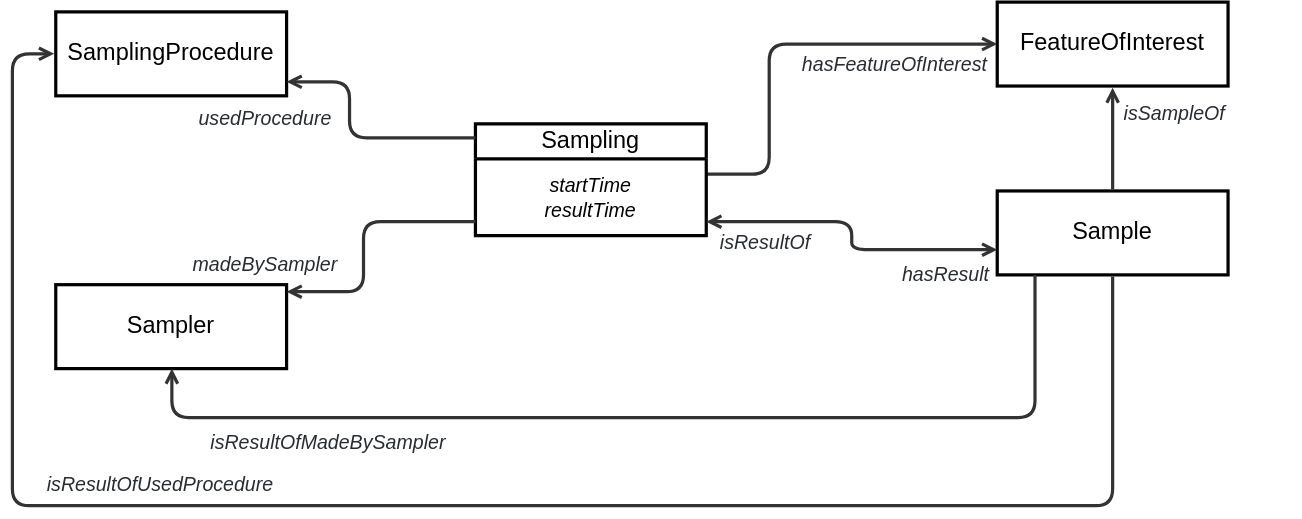
Before: ssn/images/Sampling-overview.svg, a diagram exported from draw.io (afeliachi/sdw-sosa-ssn). Source tidied: cells renumbered, new cells last; positions are measured from the earlier drawing's top-left corner, leaving out a move shared by most shapes.
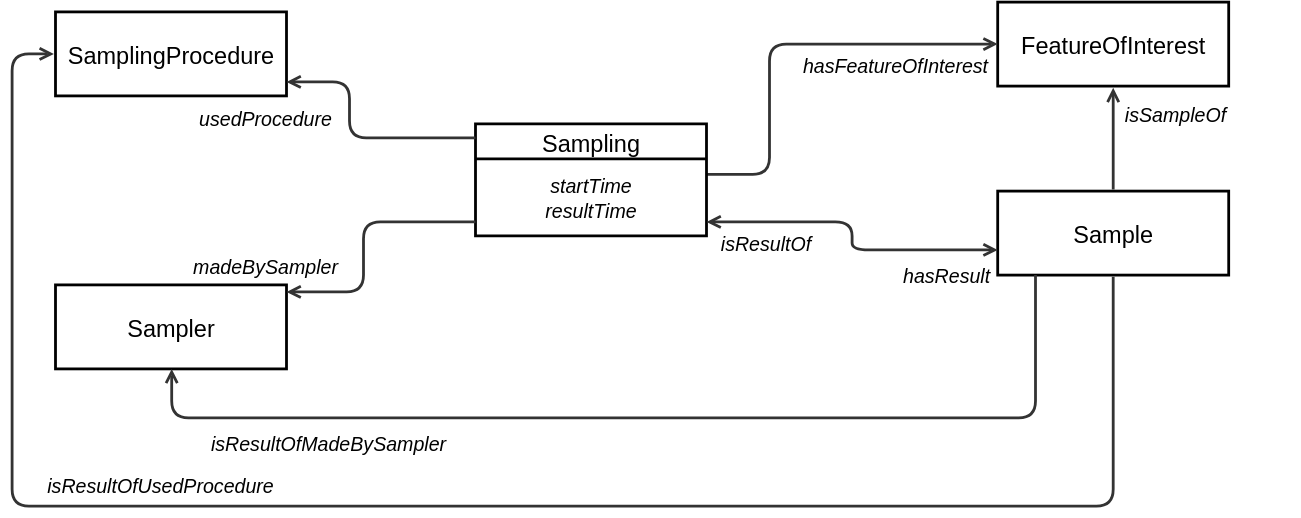
The same diagram one commit later.

Diff of the diagram source:
```diff
@@ -2,13 +2,13 @@
   <root>
     <mxCell id="0" />
     <mxCell id="1" parent="0" />
-    <mxCell id="2" value="FeatureOfInterest" style="html=1;overflow=block;blockSpacing=1;whiteSpace=wrap;fontSize=16.8;align=center;spacing=0;strokeOpacity=100;fillColor=none;strokeWidth=2.3;" parent="1" vertex="1">
+    <mxCell id="2" value="FeatureOfInterest" style="html=1;overflow=block;blockSpacing=1;whiteSpace=wrap;fontSize=16.8;align=center;spacing=0;strokeOpacity=100;fillColor=none;strokeWidth=2;fontColor=default;convertToSvg=1;" parent="1" vertex="1">
       <mxGeometry x="704" width="165" height="60" as="geometry" />
     </mxCell>
-    <mxCell id="3" value="SamplingProcedure" style="html=1;overflow=block;blockSpacing=1;whiteSpace=wrap;fontSize=16.8;align=center;spacing=0;strokeOpacity=100;fillColor=none;strokeWidth=2.3;" parent="1" vertex="1">
+    <mxCell id="3" value="SamplingProcedure" style="html=1;overflow=block;blockSpacing=1;whiteSpace=wrap;fontSize=16.8;align=center;spacing=0;strokeOpacity=100;fillColor=none;strokeWidth=2;fontColor=default;convertToSvg=1;" parent="1" vertex="1">
       <mxGeometry x="31" y="7" width="165" height="60" as="geometry" />
     </mxCell>
-    <mxCell id="4" style="html=1;jettySize=18;whiteSpace=wrap;fontSize=13;strokeColor=#333333;strokeOpacity=100;strokeWidth=2.3;rounded=1;arcSize=24;edgeStyle=orthogonalEdgeStyle;startArrow=none;endArrow=open;lucidId=~07gIvk_i6wY;" parent="1" edge="1" source="6" target="2">
+    <mxCell id="4" style="html=1;jettySize=18;whiteSpace=wrap;fontSize=13;strokeColor=#333333;strokeOpacity=100;strokeWidth=2;rounded=1;arcSize=24;edgeStyle=orthogonalEdgeStyle;startArrow=none;endArrow=open;lucidId=~07gIvk_i6wY;fontColor=default;convertToSvg=1;" parent="1" edge="1" source="6" target="2">
       <mxGeometry relative="1" as="geometry">
         <Array as="points">
           <mxPoint x="541" y="123" />
@@ -16,19 +16,19 @@
         </Array>
       </mxGeometry>
     </mxCell>
-    <mxCell id="5" value="hasFeatureOfInterest" style="html=1;overflow=block;blockSpacing=1;whiteSpace=wrap;fontSize=14;fontColor=#282c33;fontStyle=2;align=center;spacing=0;strokeColor=none;strokeOpacity=100;fillOpacity=100;fillColor=none;strokeWidth=2.3;lucidId=o17gQQJ62XIS;" parent="1" vertex="1">
+    <mxCell id="5" value="hasFeatureOfInterest" style="html=1;overflow=block;blockSpacing=1;whiteSpace=wrap;fontSize=14;fontColor=default;fontStyle=2;align=center;spacing=0;strokeColor=none;strokeOpacity=100;fillOpacity=100;fillColor=none;strokeWidth=2;lucidId=o17gQQJ62XIS;convertToSvg=1;" parent="1" vertex="1">
       <mxGeometry x="541" y="22" width="180" height="45" as="geometry" />
     </mxCell>
-    <mxCell id="6" value="Sampling" style="html=1;overflow=block;blockSpacing=1;swimlane;horizontal=1;fontStyle=0;swimlaneFillColor=none;startSize=25;whiteSpace=wrap;fontSize=16.8;align=center;spacing=0;strokeOpacity=100;fillColor=none;strokeWidth=2.3;" parent="1" vertex="1">
+    <mxCell id="6" value="Sampling" style="html=1;overflow=block;blockSpacing=1;swimlane;horizontal=1;fontStyle=0;swimlaneFillColor=none;startSize=25;whiteSpace=wrap;fontSize=16.8;align=center;spacing=0;strokeOpacity=100;fillColor=none;strokeWidth=2;fontColor=default;convertToSvg=1;" parent="1" vertex="1">
       <mxGeometry x="331" y="87" width="165" height="80" as="geometry" />
     </mxCell>
-    <mxCell id="7" value="&lt;div style=&quot;display: flex; justify-content: center; text-align: center; align-items: baseline; line-height: 1.25; margin-top: -2px;&quot;&gt;&lt;span style=&quot;font-style: italic;&quot;&gt;&lt;font style=&quot;font-size: 14px;&quot;&gt;startTime&lt;br&gt;&lt;/font&gt;&lt;/span&gt;&lt;/div&gt;&lt;div style=&quot;display: flex; justify-content: center; text-align: center; align-items: baseline; line-height: 1.25; margin-top: -2px;&quot;&gt;&lt;span style=&quot;font-style: italic;&quot;&gt;&lt;font style=&quot;font-size: 14px;&quot;&gt;resultTime&lt;/font&gt;&lt;/span&gt;&lt;/div&gt;" style="html=1;strokeColor=none;fillColor=none;verticalAlign=middle;spacingLeft=4;spacingRight=4;overflow=hidden;points=[[0,0.5],[1,0.5]];portConstraint=eastwest;swimlaneFillColor=#unset;strokeOpacity=100;whiteSpace=wrap;fontSize=15.2;fontStyle=2;align=center;" parent="6" vertex="1">
+    <mxCell id="7" value="&lt;div style=&quot;display: flex; justify-content: center; text-align: center; align-items: baseline; line-height: 1.25; margin-top: -2px;&quot;&gt;&lt;span style=&quot;font-style: italic;&quot;&gt;&lt;font style=&quot;font-size: 14px;&quot;&gt;startTime&lt;br&gt;&lt;/font&gt;&lt;/span&gt;&lt;/div&gt;&lt;div style=&quot;display: flex; justify-content: center; text-align: center; align-items: baseline; line-height: 1.25; margin-top: -2px;&quot;&gt;&lt;span style=&quot;font-style: italic;&quot;&gt;&lt;font style=&quot;font-size: 14px;&quot;&gt;resultTime&lt;/font&gt;&lt;/span&gt;&lt;/div&gt;" style="html=1;strokeColor=none;fillColor=none;verticalAlign=middle;spacingLeft=4;spacingRight=4;overflow=hidden;points=[[0,0.5],[1,0.5]];portConstraint=eastwest;swimlaneFillColor=#unset;strokeOpacity=100;whiteSpace=wrap;fontSize=15.2;fontStyle=2;align=center;strokeWidth=2;fontColor=default;convertToSvg=1;" parent="6" vertex="1">
       <mxGeometry y="25" width="165" height="55" as="geometry" />
     </mxCell>
-    <mxCell id="8" value="Sampler" style="html=1;overflow=block;blockSpacing=1;whiteSpace=wrap;fontSize=16.8;align=center;spacing=0;strokeOpacity=100;fillColor=none;strokeWidth=2.3;" parent="1" vertex="1">
+    <mxCell id="8" value="Sampler" style="html=1;overflow=block;blockSpacing=1;whiteSpace=wrap;fontSize=16.8;align=center;spacing=0;strokeOpacity=100;fillColor=none;strokeWidth=2;fontColor=default;convertToSvg=1;" parent="1" vertex="1">
       <mxGeometry x="31" y="202" width="165" height="60" as="geometry" />
     </mxCell>
-    <mxCell id="9" style="html=1;jettySize=18;whiteSpace=wrap;fontSize=13;strokeColor=#333333;strokeOpacity=100;strokeWidth=2.3;rounded=1;arcSize=24;edgeStyle=orthogonalEdgeStyle;startArrow=none;endArrow=open;lucidId=pEnhoM4dJrAu;" parent="1" edge="1" source="6" target="8">
+    <mxCell id="9" style="html=1;jettySize=18;whiteSpace=wrap;fontSize=13;strokeColor=#333333;strokeOpacity=100;strokeWidth=2;rounded=1;arcSize=24;edgeStyle=orthogonalEdgeStyle;startArrow=none;endArrow=open;lucidId=pEnhoM4dJrAu;fontColor=default;convertToSvg=1;" parent="1" edge="1" source="6" target="8">
       <mxGeometry relative="1" as="geometry">
         <Array as="points">
           <mxPoint x="251" y="157" />
@@ -36,10 +36,10 @@
         </Array>
       </mxGeometry>
     </mxCell>
-    <mxCell id="10" value="madeBySampler" style="html=1;overflow=block;blockSpacing=1;whiteSpace=wrap;fontSize=14;fontColor=#282c33;fontStyle=2;align=center;spacing=0;strokeColor=none;strokeOpacity=100;fillOpacity=100;fillColor=none;strokeWidth=2.3;lucidId=REnh4P5LXUKC;" parent="1" vertex="1">
+    <mxCell id="10" value="madeBySampler" style="html=1;overflow=block;blockSpacing=1;whiteSpace=wrap;fontSize=14;fontColor=default;fontStyle=2;align=center;spacing=0;strokeColor=none;strokeOpacity=100;fillOpacity=100;fillColor=none;strokeWidth=2;lucidId=REnh4P5LXUKC;convertToSvg=1;" parent="1" vertex="1">
       <mxGeometry x="91" y="165.5" width="180" height="45" as="geometry" />
     </mxCell>
-    <mxCell id="11" style="html=1;jettySize=18;whiteSpace=wrap;fontSize=13;strokeColor=#333333;strokeOpacity=100;strokeWidth=2.3;rounded=1;arcSize=24;edgeStyle=orthogonalEdgeStyle;startArrow=none;endArrow=open;lucidId=_EnhHLSaz8x5;" parent="1" edge="1" source="6" target="3">
+    <mxCell id="11" style="html=1;jettySize=18;whiteSpace=wrap;fontSize=13;strokeColor=#333333;strokeOpacity=100;strokeWidth=2;rounded=1;arcSize=24;edgeStyle=orthogonalEdgeStyle;startArrow=none;endArrow=open;lucidId=_EnhHLSaz8x5;fontColor=default;convertToSvg=1;" parent="1" edge="1" source="6" target="3">
       <mxGeometry relative="1" as="geometry">
         <Array as="points">
           <mxPoint x="241" y="97" />
@@ -47,13 +47,13 @@
         </Array>
       </mxGeometry>
     </mxCell>
-    <mxCell id="12" value="usedProcedure" style="html=1;overflow=block;blockSpacing=1;whiteSpace=wrap;fontSize=14;fontColor=#282c33;fontStyle=2;align=center;spacing=0;strokeColor=none;strokeOpacity=100;fillOpacity=100;fillColor=none;strokeWidth=2.3;lucidId=pFnhXCzcV6r5;" parent="1" vertex="1">
+    <mxCell id="12" value="usedProcedure" style="html=1;overflow=block;blockSpacing=1;whiteSpace=wrap;fontSize=14;fontColor=default;fontStyle=2;align=center;spacing=0;strokeColor=none;strokeOpacity=100;fillOpacity=100;fillColor=none;strokeWidth=2;lucidId=pFnhXCzcV6r5;convertToSvg=1;" parent="1" vertex="1">
       <mxGeometry x="91" y="60" width="180" height="45" as="geometry" />
     </mxCell>
-    <mxCell id="13" value="Sample" style="html=1;overflow=block;blockSpacing=1;whiteSpace=wrap;fontSize=16.8;align=center;spacing=0;strokeOpacity=100;fillColor=none;strokeWidth=2.3;" parent="1" vertex="1">
+    <mxCell id="13" value="Sample" style="html=1;overflow=block;blockSpacing=1;whiteSpace=wrap;fontSize=16.8;align=center;spacing=0;strokeOpacity=100;fillColor=none;strokeWidth=2;fontColor=default;convertToSvg=1;" parent="1" vertex="1">
       <mxGeometry x="704" y="135" width="165" height="60" as="geometry" />
     </mxCell>
-    <mxCell id="14" style="html=1;jettySize=18;whiteSpace=wrap;fontSize=13;strokeColor=#333333;strokeOpacity=100;strokeWidth=2.3;rounded=1;arcSize=24;edgeStyle=orthogonalEdgeStyle;startArrow=open;endArrow=open;lucidId=BXohHwGaQw17;" parent="1" edge="1" source="7" target="13">
+    <mxCell id="14" style="html=1;jettySize=18;whiteSpace=wrap;fontSize=13;strokeColor=#333333;strokeOpacity=100;strokeWidth=2;rounded=1;arcSize=24;edgeStyle=orthogonalEdgeStyle;startArrow=open;endArrow=open;lucidId=BXohHwGaQw17;fontColor=default;convertToSvg=1;" parent="1" edge="1" source="7" target="13">
       <mxGeometry relative="1" as="geometry">
         <Array as="points">
           <mxPoint x="600" y="157" />
@@ -61,16 +61,16 @@
         </Array>
       </mxGeometry>
     </mxCell>
-    <mxCell id="15" value="hasResult" style="html=1;overflow=block;blockSpacing=1;whiteSpace=wrap;fontSize=14;fontColor=#282c33;fontStyle=2;align=center;spacing=0;strokeColor=none;strokeOpacity=100;fillOpacity=100;fillColor=none;strokeWidth=2.3;lucidId=GXohBgMQcwuw;" parent="1" vertex="1">
+    <mxCell id="15" value="hasResult" style="html=1;overflow=block;blockSpacing=1;whiteSpace=wrap;fontSize=14;fontColor=default;fontStyle=2;align=center;spacing=0;strokeColor=none;strokeOpacity=100;fillOpacity=100;fillColor=none;strokeWidth=2;lucidId=GXohBgMQcwuw;convertToSvg=1;" parent="1" vertex="1">
       <mxGeometry x="631" y="178.5" width="73" height="32" as="geometry" />
     </mxCell>
-    <mxCell id="16" style="html=1;jettySize=18;whiteSpace=wrap;fontSize=13;strokeColor=#333333;strokeOpacity=100;strokeWidth=2.3;rounded=1;arcSize=24;edgeStyle=orthogonalEdgeStyle;startArrow=none;endArrow=open;exitX=0.5;exitY=-0.019;exitPerimeter=0;entryX=0.5;entryY=1.019;entryPerimeter=0;lucidId=vephV5fb45b.;" parent="1" edge="1" source="13" target="2">
+    <mxCell id="16" style="html=1;jettySize=18;whiteSpace=wrap;fontSize=13;strokeColor=#333333;strokeOpacity=100;strokeWidth=2;rounded=1;arcSize=24;edgeStyle=orthogonalEdgeStyle;startArrow=none;endArrow=open;exitX=0.5;exitY=-0.019;exitPerimeter=0;entryX=0.5;entryY=1.019;entryPerimeter=0;lucidId=vephV5fb45b.;fontColor=default;convertToSvg=1;" parent="1" edge="1" source="13" target="2">
       <mxGeometry relative="1" as="geometry" />
     </mxCell>
-    <mxCell id="17" value="isSampleOf" style="html=1;overflow=block;blockSpacing=1;whiteSpace=wrap;fontSize=14;fontColor=#282c33;fontStyle=2;align=center;spacing=0;strokeColor=none;strokeOpacity=100;fillOpacity=100;fillColor=none;strokeWidth=2.3;lucidId=wephZyFTMsgO;" parent="1" vertex="1">
+    <mxCell id="17" value="isSampleOf" style="html=1;overflow=block;blockSpacing=1;whiteSpace=wrap;fontSize=14;fontColor=default;fontStyle=2;align=center;spacing=0;strokeColor=none;strokeOpacity=100;fillOpacity=100;fillColor=none;strokeWidth=2;lucidId=wephZyFTMsgO;convertToSvg=1;" parent="1" vertex="1">
       <mxGeometry x="741" y="57" width="180" height="45" as="geometry" />
     </mxCell>
-    <mxCell id="18" style="html=1;jettySize=18;whiteSpace=wrap;fontSize=13;strokeColor=#333333;strokeOpacity=100;strokeWidth=2.3;rounded=1;arcSize=24;edgeStyle=orthogonalEdgeStyle;startArrow=none;endArrow=open;lucidId=gfphoZjZqC1A;" parent="1" edge="1" source="13" target="8">
+    <mxCell id="18" style="html=1;jettySize=18;whiteSpace=wrap;fontSize=13;strokeColor=#333333;strokeOpacity=100;strokeWidth=2;rounded=1;arcSize=24;edgeStyle=orthogonalEdgeStyle;startArrow=none;endArrow=open;lucidId=gfphoZjZqC1A;fontColor=default;convertToSvg=1;" parent="1" edge="1" source="13" target="8">
       <mxGeometry relative="1" as="geometry">
         <Array as="points">
           <mxPoint x="731" y="297" />
@@ -78,10 +78,10 @@
         </Array>
       </mxGeometry>
     </mxCell>
-    <mxCell id="19" value="isResultOfMadeBySampler" style="html=1;overflow=block;blockSpacing=1;whiteSpace=wrap;fontSize=14;fontColor=#282c33;fontStyle=2;align=center;spacing=0;strokeColor=none;strokeOpacity=100;fillOpacity=100;fillColor=none;strokeWidth=2.3;lucidId=Dfph8mNDzevs;" parent="1" vertex="1">
+    <mxCell id="19" value="isResultOfMadeBySampler" style="html=1;overflow=block;blockSpacing=1;whiteSpace=wrap;fontSize=14;fontColor=default;fontStyle=2;align=center;spacing=0;strokeColor=none;strokeOpacity=100;fillOpacity=100;fillColor=none;strokeWidth=2;lucidId=Dfph8mNDzevs;convertToSvg=1;" parent="1" vertex="1">
       <mxGeometry x="136" y="292" width="180" height="45" as="geometry" />
     </mxCell>
-    <mxCell id="20" style="html=1;jettySize=18;whiteSpace=wrap;fontSize=13;strokeColor=#333333;strokeOpacity=100;strokeWidth=2.3;rounded=1;arcSize=24;edgeStyle=orthogonalEdgeStyle;startArrow=none;endArrow=open;exitX=0.5;exitY=1.019;exitPerimeter=0;entryX=-0.007;entryY=0.5;entryPerimeter=0;lucidId=1fphYro69kKm;" parent="1" edge="1" source="13" target="3">
+    <mxCell id="20" style="html=1;jettySize=18;whiteSpace=wrap;fontSize=13;strokeColor=#333333;strokeOpacity=100;strokeWidth=2;rounded=1;arcSize=24;edgeStyle=orthogonalEdgeStyle;startArrow=none;endArrow=open;exitX=0.5;exitY=1.019;exitPerimeter=0;entryX=-0.007;entryY=0.5;entryPerimeter=0;lucidId=1fphYro69kKm;fontColor=default;convertToSvg=1;" parent="1" edge="1" source="13" target="3">
       <mxGeometry relative="1" as="geometry">
         <Array as="points">
           <mxPoint x="787" y="360" />
@@ -90,10 +90,10 @@
         </Array>
       </mxGeometry>
     </mxCell>
-    <mxCell id="21" value="isResultOfUsedProcedure" style="html=1;overflow=block;blockSpacing=1;whiteSpace=wrap;fontSize=14;fontColor=#282c33;fontStyle=2;align=center;spacing=0;strokeColor=none;strokeOpacity=100;fillOpacity=100;fillColor=none;strokeWidth=2.3;lucidId=~fph5yBse0Lb;" parent="1" vertex="1">
+    <mxCell id="21" value="isResultOfUsedProcedure" style="html=1;overflow=block;blockSpacing=1;whiteSpace=wrap;fontSize=14;fontColor=default;fontStyle=2;align=center;spacing=0;strokeColor=none;strokeOpacity=100;fillOpacity=100;fillColor=none;strokeWidth=2;lucidId=~fph5yBse0Lb;convertToSvg=1;" parent="1" vertex="1">
       <mxGeometry x="16" y="322" width="180" height="45" as="geometry" />
     </mxCell>
-    <mxCell id="22" value="isResultOf" style="html=1;overflow=block;blockSpacing=1;whiteSpace=wrap;fontSize=14;fontColor=#282c33;fontStyle=2;align=center;spacing=0;strokeColor=none;strokeOpacity=100;fillOpacity=100;fillColor=none;strokeWidth=2.3;lucidId=B1sImTF55sZW;" parent="1" vertex="1">
+    <mxCell id="22" value="isResultOf" style="html=1;overflow=block;blockSpacing=1;whiteSpace=wrap;fontSize=14;fontColor=default;fontStyle=2;align=center;spacing=0;strokeColor=none;strokeOpacity=100;fillOpacity=100;fillColor=none;strokeWidth=2;lucidId=B1sImTF55sZW;convertToSvg=1;" parent="1" vertex="1">
       <mxGeometry x="496" y="157" width="85" height="30" as="geometry" />
     </mxCell>
   </root>
```
